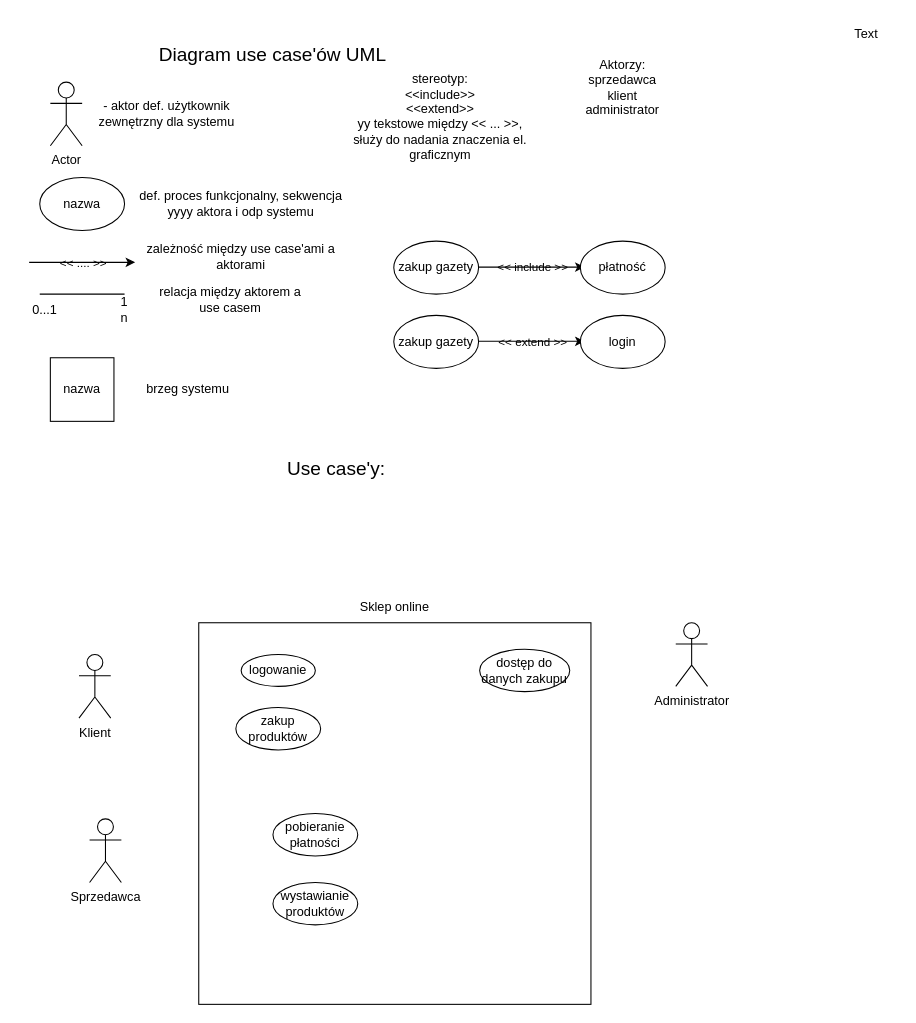
Above: Lab_docs/Diagram bez tytułu.drawio in zuzannaoliwiak/Projekt_in-ynieria (draw.io), before the change. Source tidied: cells renumbered, new cells numbered last; positions are measured from the earlier drawing's top-left corner, leaving out a move shared by most shapes. Both pictures are drawn from the tidied source at 106%, with x=0, y=0 at pixel (18, 18).
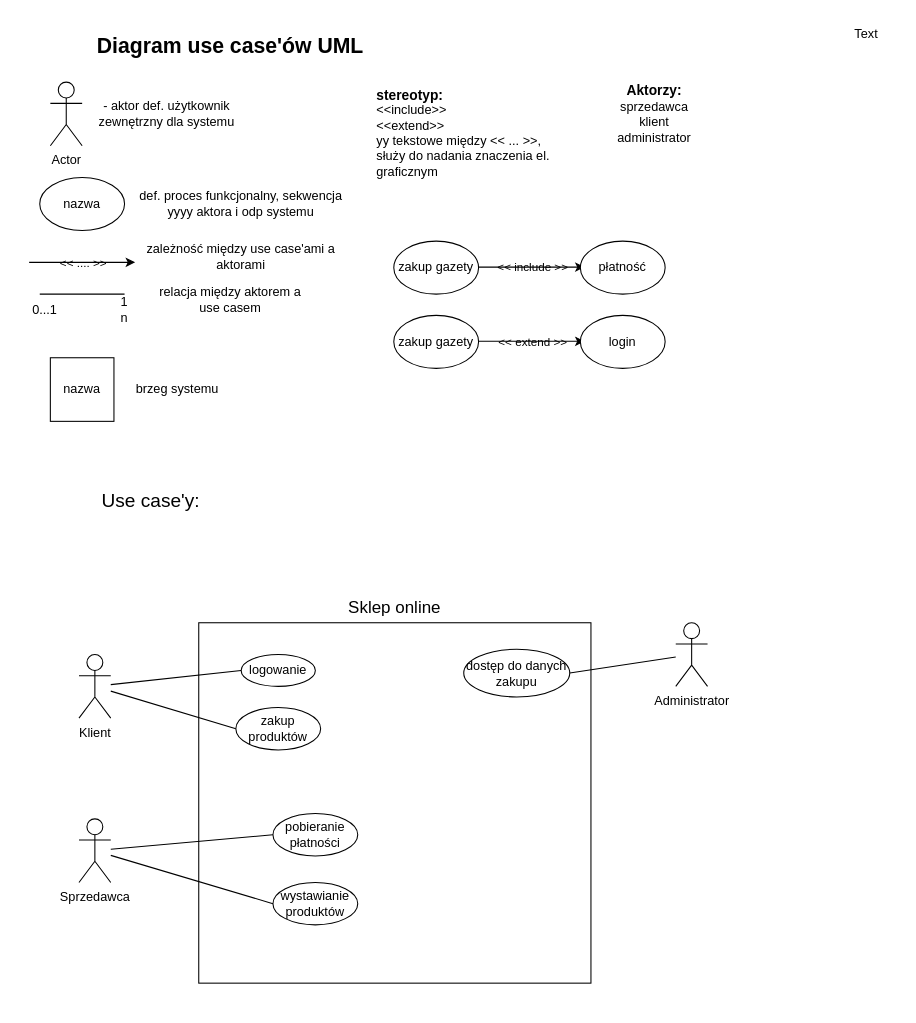
After the change.

The change refers to these unchanged cells:
```xml
<mxCell id="30" value="Klient" style="shape=umlActor;verticalLabelPosition=bottom;verticalAlign=top;html=1;outlineConnect=0;labelBackgroundColor=none;rounded=0;" parent="1" vertex="1">
  <mxGeometry x="57" y="600" width="30" height="60" as="geometry" />
</mxCell>
<mxCell id="32" value="Administrator" style="shape=umlActor;verticalLabelPosition=bottom;verticalAlign=top;html=1;outlineConnect=0;labelBackgroundColor=none;rounded=0;" parent="1" vertex="1">
  <mxGeometry x="620" y="570" width="30" height="60" as="geometry" />
</mxCell>
<mxCell id="33" value="logowanie" style="ellipse;whiteSpace=wrap;html=1;labelBackgroundColor=none;rounded=0;" parent="1" vertex="1">
  <mxGeometry x="210" y="600" width="70" height="30" as="geometry" />
</mxCell>
<mxCell id="34" value="zakup produktów" style="ellipse;whiteSpace=wrap;html=1;labelBackgroundColor=none;rounded=0;" parent="1" vertex="1">
  <mxGeometry x="205" y="650" width="80" height="40" as="geometry" />
</mxCell>
<mxCell id="36" value="pobieranie płatności" style="ellipse;whiteSpace=wrap;html=1;labelBackgroundColor=none;rounded=0;" parent="1" vertex="1">
  <mxGeometry x="240" y="750" width="80" height="40" as="geometry" />
</mxCell>
<mxCell id="37" value="wystawianie produktów" style="ellipse;whiteSpace=wrap;html=1;labelBackgroundColor=none;rounded=0;" parent="1" vertex="1">
  <mxGeometry x="240" y="815" width="80" height="40" as="geometry" />
</mxCell>
```

Diff of the diagram source:
```diff
@@
-    <mxCell id="2" value="&lt;font style=&quot;font-size: 18px;&quot;&gt;Diagram use case'ów UML&lt;/font&gt;" style="text;html=1;whiteSpace=wrap;strokeColor=none;fillColor=none;align=center;verticalAlign=middle;rounded=0;labelBackgroundColor=none;" parent="1" vertex="1">
-      <mxGeometry x="90" y="20" width="300" height="30" as="geometry" />
+    <mxCell id="2" value="&lt;font style=&quot;font-size: 20px;&quot;&gt;&lt;b&gt;Diagram use case'ów UML&lt;/b&gt;&lt;/font&gt;" style="text;html=1;whiteSpace=wrap;strokeColor=none;fillColor=none;align=center;verticalAlign=middle;rounded=0;labelBackgroundColor=none;" parent="1" vertex="1">
+      <mxGeometry x="50" y="10" width="300" height="30" as="geometry" />
     </mxCell>
@@
-    <mxCell id="9" value="Aktorzy:&lt;div&gt;sprzedawca&lt;/div&gt;&lt;div&gt;klient&lt;/div&gt;&lt;div&gt;administrator&lt;/div&gt;" style="text;html=1;whiteSpace=wrap;strokeColor=none;fillColor=none;align=center;verticalAlign=middle;rounded=0;labelBackgroundColor=none;" parent="1" vertex="1">
-      <mxGeometry x="540" y="50" width="60" height="30" as="geometry" />
+    <mxCell id="9" value="&lt;b&gt;&lt;font style=&quot;font-size: 13px;&quot;&gt;Aktorzy:&lt;/font&gt;&lt;/b&gt;&lt;div&gt;sprzedawca&lt;/div&gt;&lt;div&gt;klient&lt;/div&gt;&lt;div&gt;administrator&lt;/div&gt;" style="text;html=1;whiteSpace=wrap;strokeColor=none;fillColor=none;align=center;verticalAlign=middle;rounded=0;labelBackgroundColor=none;" parent="1" vertex="1">
+      <mxGeometry x="570" y="75" width="60" height="30" as="geometry" />
     </mxCell>
@@
     <mxCell id="14" value="brzeg systemu" style="text;html=1;whiteSpace=wrap;strokeColor=none;fillColor=none;align=center;verticalAlign=middle;rounded=0;labelBackgroundColor=none;" parent="1" vertex="1">
-      <mxGeometry x="110" y="335" width="100" height="30" as="geometry" />
+      <mxGeometry x="100" y="335" width="100" height="30" as="geometry" />
     </mxCell>
-    <mxCell id="15" value="stereotyp:&lt;div&gt;&amp;lt;&amp;lt;include&amp;gt;&amp;gt;&lt;/div&gt;&lt;div&gt;&amp;lt;&amp;lt;extend&amp;gt;&amp;gt;&lt;/div&gt;&lt;div&gt;yy tekstowe między &amp;lt;&amp;lt; ... &amp;gt;&amp;gt;, służy do nadania znaczenia el. graficznym&lt;/div&gt;&lt;div&gt;&lt;br&gt;&lt;/div&gt;" style="text;html=1;whiteSpace=wrap;strokeColor=none;fillColor=none;align=center;verticalAlign=middle;rounded=0;labelBackgroundColor=none;" parent="1" vertex="1">
-      <mxGeometry x="310" y="75" width="176" height="50" as="geometry" />
+    <mxCell id="15" value="&lt;b&gt;&lt;font style=&quot;font-size: 13px;&quot;&gt;stereotyp:&lt;/font&gt;&lt;/b&gt;&lt;div&gt;&amp;lt;&amp;lt;include&amp;gt;&amp;gt;&lt;/div&gt;&lt;div&gt;&amp;lt;&amp;lt;extend&amp;gt;&amp;gt;&lt;/div&gt;&lt;div&gt;yy tekstowe między &amp;lt;&amp;lt; ... &amp;gt;&amp;gt;, służy do nadania znaczenia el. graficznym&lt;/div&gt;&lt;div&gt;&lt;br&gt;&lt;/div&gt;" style="text;html=1;whiteSpace=wrap;strokeColor=none;fillColor=none;align=left;verticalAlign=middle;rounded=0;labelBackgroundColor=none;" parent="1" vertex="1">
+      <mxGeometry x="336" y="90" width="176" height="50" as="geometry" />
     </mxCell>
@@
     <mxCell id="27" value="&lt;font style=&quot;font-size: 18px;&quot;&gt;Use case'y:&lt;/font&gt;" style="text;html=1;whiteSpace=wrap;strokeColor=none;fillColor=none;align=center;verticalAlign=middle;rounded=0;labelBackgroundColor=none;" parent="1" vertex="1">
-      <mxGeometry x="220" y="410" width="160" height="30" as="geometry" />
+      <mxGeometry x="45" y="440" width="160" height="30" as="geometry" />
     </mxCell>
-    <mxCell id="28" value="&lt;font style=&quot;font-size: 12px;&quot;&gt;Sklep online&lt;/font&gt;" style="text;html=1;whiteSpace=wrap;strokeColor=none;fillColor=none;align=center;verticalAlign=middle;rounded=0;labelBackgroundColor=none;" parent="1" vertex="1">
+    <mxCell id="28" value="&lt;font style=&quot;font-size: 16px;&quot;&gt;Sklep online&lt;/font&gt;" style="text;html=1;whiteSpace=wrap;strokeColor=none;fillColor=none;align=center;verticalAlign=middle;rounded=0;labelBackgroundColor=none;" parent="1" vertex="1">
       <mxGeometry x="275" y="540" width="160" height="30" as="geometry" />
     </mxCell>
     <mxCell id="29" style="rounded=0;whiteSpace=wrap;html=1;labelBackgroundColor=none;" parent="1" vertex="1">
-      <mxGeometry x="170" y="570" width="370" height="360" as="geometry" />
+      <mxGeometry x="170" y="570" width="370" height="340" as="geometry" />
     </mxCell>
@@
     <mxCell id="31" value="Sprzedawca" style="shape=umlActor;verticalLabelPosition=bottom;verticalAlign=top;html=1;outlineConnect=0;labelBackgroundColor=none;rounded=0;" parent="1" vertex="1">
-      <mxGeometry x="67" y="755" width="30" height="60" as="geometry" />
+      <mxGeometry x="57" y="755" width="30" height="60" as="geometry" />
     </mxCell>
@@
     <mxCell id="35" value="dostęp do danych zakupu" style="ellipse;whiteSpace=wrap;html=1;labelBackgroundColor=none;rounded=0;" parent="1" vertex="1">
-      <mxGeometry x="435" y="595" width="85" height="40" as="geometry" />
+      <mxGeometry x="420" y="595" width="100" height="45" as="geometry" />
     </mxCell>
@@
+    <mxCell id="38" style="endArrow=none;html=1;fontSize=12;startSize=8;endSize=8;curved=1;entryX=0;entryY=0.5;entryDx=0;entryDy=0;" parent="1" edge="1" source="30" target="33">
+      <mxGeometry relative="1" as="geometry" />
+    </mxCell>
+    <mxCell id="39" style="endArrow=none;html=1;fontSize=12;startSize=8;endSize=8;curved=1;entryX=0;entryY=0.5;entryDx=0;entryDy=0;" parent="1" edge="1" source="30" target="34">
+      <mxGeometry relative="1" as="geometry" />
+    </mxCell>
+    <mxCell id="40" style="endArrow=none;html=1;fontSize=12;startSize=8;endSize=8;curved=1;entryX=0;entryY=0.5;entryDx=0;entryDy=0;" parent="1" edge="1" source="31" target="36">
+      <mxGeometry relative="1" as="geometry" />
+    </mxCell>
+    <mxCell id="41" style="endArrow=none;html=1;fontSize=12;startSize=8;endSize=8;curved=1;entryX=0;entryY=0.5;entryDx=0;entryDy=0;" parent="1" edge="1" source="31" target="37">
+      <mxGeometry relative="1" as="geometry" />
+    </mxCell>
+    <mxCell id="42" style="endArrow=none;html=1;fontSize=12;startSize=8;endSize=8;curved=1;exitX=1;exitY=0.5;exitDx=0;exitDy=0;" parent="1" edge="1" source="35" target="32">
+      <mxGeometry relative="1" as="geometry" />
+    </mxCell>
```
